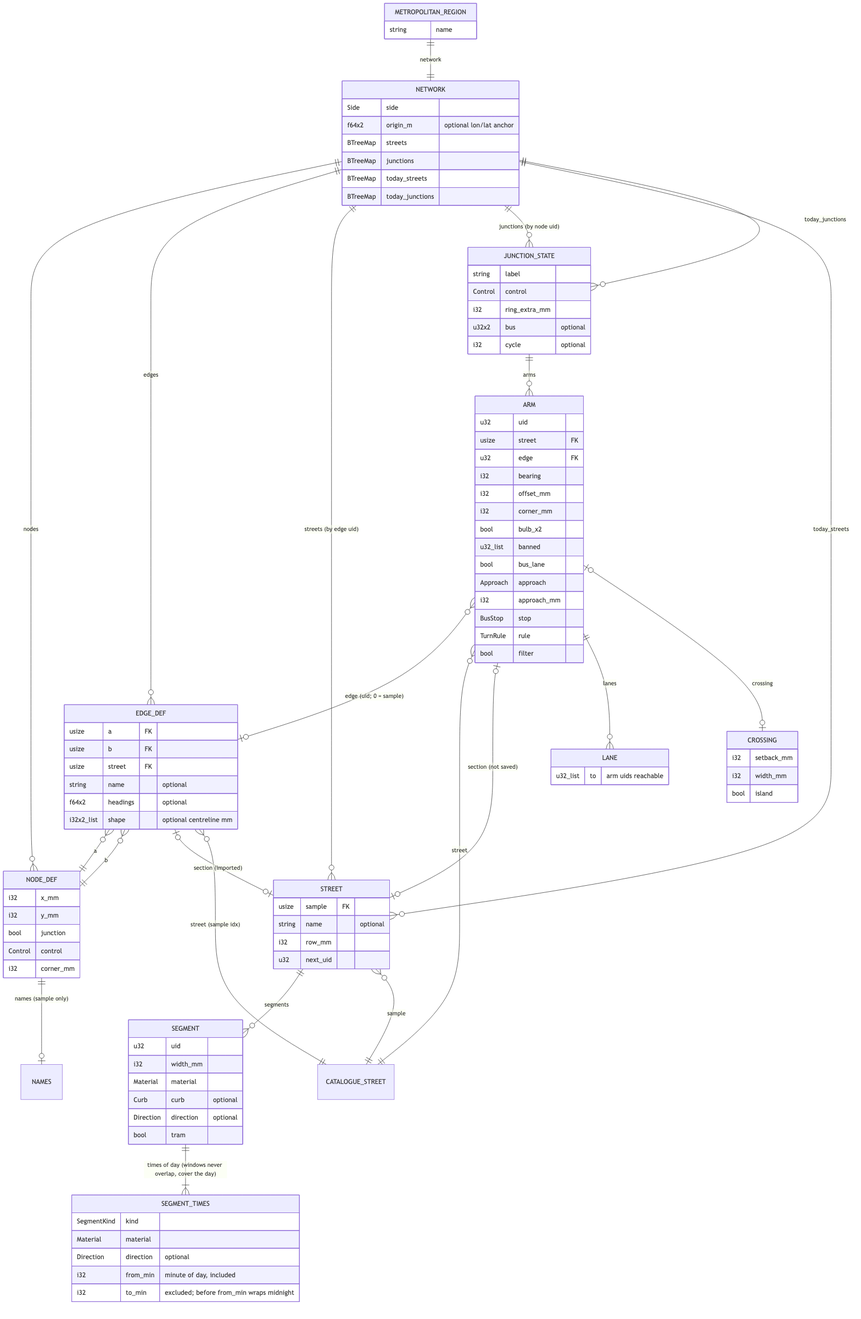
The Mermaid diagram docs/erd.png in alandovskis/cityloom, before a commit. Its source is kept beside it as docs/erd.mmd.
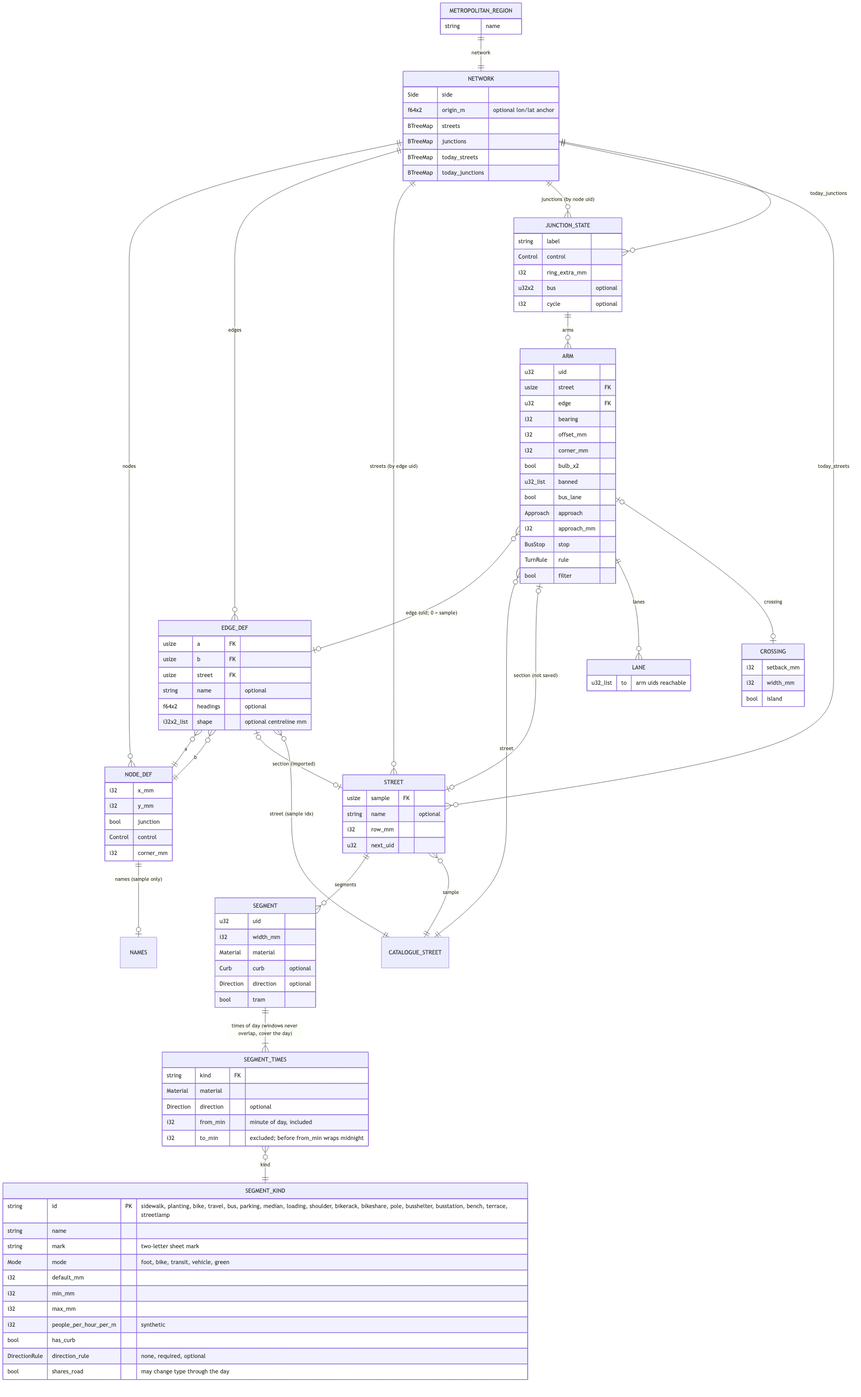
After the commit.

Commit message:
docs(erd): SegmentKind is an entity of the catalogue

Diff of the diagram source:
```diff
@@ -16,6 +16,7 @@
     STREET ||--o{ SEGMENT : segments
     STREET }o--|| CATALOGUE_STREET : "sample"
     SEGMENT ||--|{ SEGMENT_TIMES : "times of day (windows never overlap, cover the day)"
+    SEGMENT_TIMES }o--|| SEGMENT_KIND : kind
 
     JUNCTION_STATE ||--o{ ARM : arms
     ARM }o--o| EDGE_DEF : "edge (uid; 0 = sample)"
@@ -65,11 +66,24 @@
         bool tram
     }
     SEGMENT_TIMES {
-        SegmentKind kind
+        string kind FK
         Material material
         Direction direction "optional"
         i32 from_min "minute of day, included"
         i32 to_min "excluded; before from_min wraps midnight"
+    }
+    SEGMENT_KIND {
+        string id PK "sidewalk, planting, bike, travel, bus, parking, median, loading, shoulder, bikerack, bikeshare, pole, busshelter, busstation, bench, terrace, streetlamp"
+        string name
+        string mark "two-letter sheet mark"
+        Mode mode "foot, bike, transit, vehicle, green"
+        i32 default_mm
+        i32 min_mm
+        i32 max_mm
+        i32 people_per_hour_per_m "synthetic"
+        bool has_curb
+        DirectionRule direction_rule "none, required, optional"
+        bool shares_road "may change type through the day"
     }
     JUNCTION_STATE {
         string label
```
